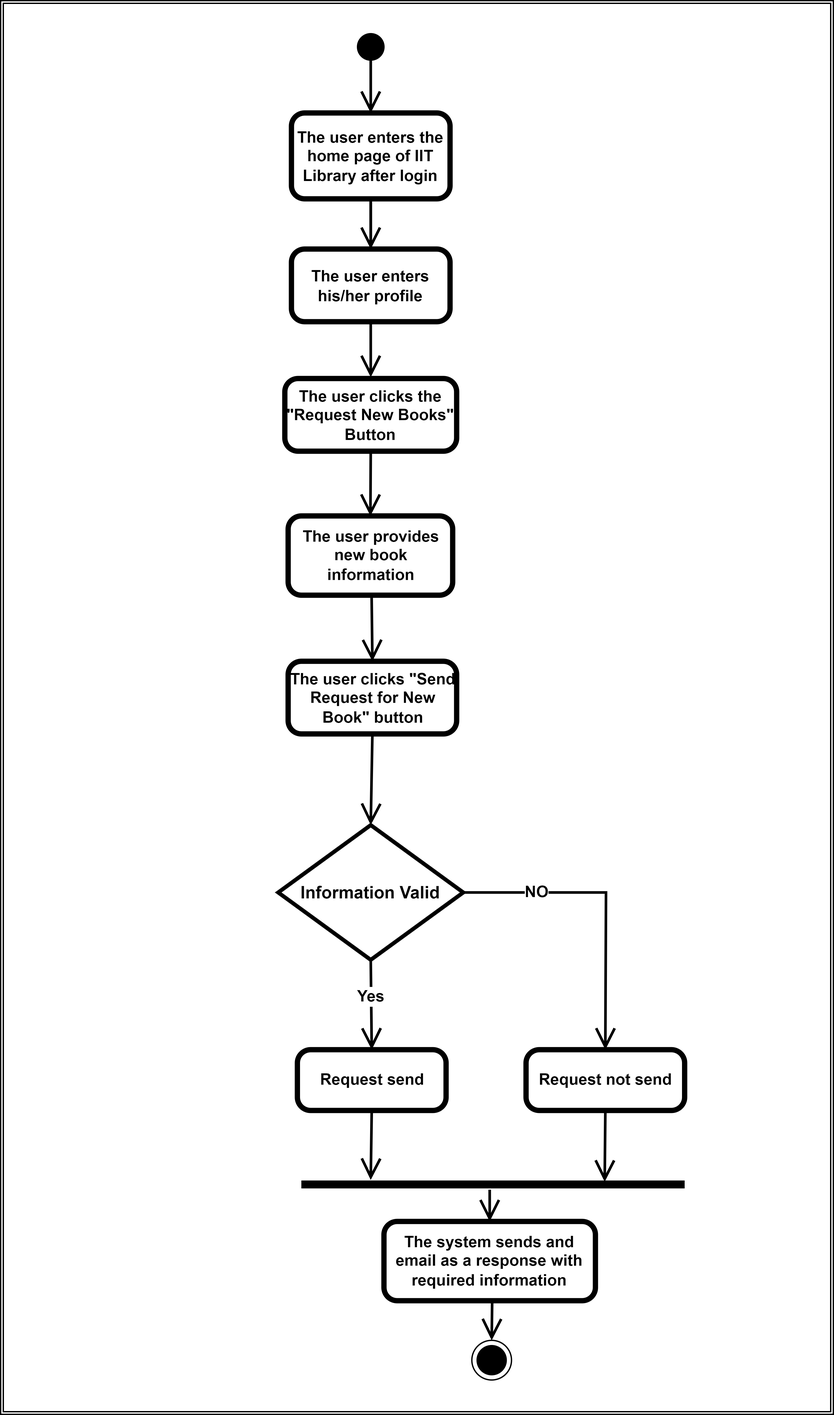
This is SRS/Activity Diagram/Activity Diagram 05.png from IIT-NSTU/IIT-Library-2.0, a draw.io export, as it was before one commit. Source tidied: cells renumbered, new cells last; positions are measured from the earlier drawing's top-left corner, leaving out a move shared by most shapes.
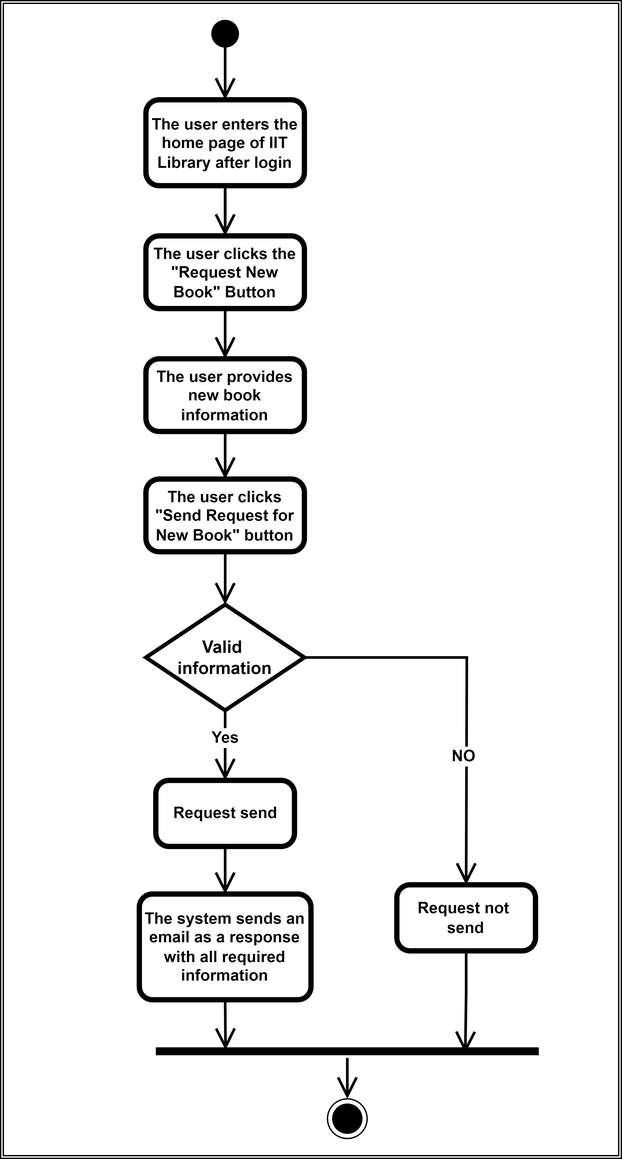
The same diagram one commit later.

The edit, as a diff of the source:
```diff
@@ -2,97 +2,81 @@
   <root>
     <mxCell id="0" />
     <mxCell id="1" parent="0" />
-    <mxCell id="2" style="shape=ext;double=1;rounded=0;whiteSpace=wrap;html=1;fillStyle=solid;strokeColor=default;strokeWidth=1;fillColor=#FFFFFF;gradientColor=none;fontColor=#FFFFFF;" parent="1" vertex="1">
-      <mxGeometry width="630" height="1070" as="geometry" />
-    </mxCell>
-    <mxCell id="3" style="rounded=0;jettySize=auto;html=1;entryX=0.5;entryY=0;entryDx=0;entryDy=0;entryPerimeter=0;endArrow=open;endFill=0;endSize=12;strokeColor=#000000;strokeWidth=2;exitX=0.5;exitY=1;exitDx=0;exitDy=0;" parent="1" edge="1" source="8" target="6">
-      <mxGeometry relative="1" as="geometry" />
-    </mxCell>
-    <mxCell id="4" style="edgeStyle=none;rounded=0;jettySize=auto;html=1;exitX=0.5;exitY=1;exitDx=0;exitDy=0;exitPerimeter=0;entryX=0.5;entryY=0;entryDx=0;entryDy=0;entryPerimeter=0;endArrow=open;endFill=0;endSize=12;strokeColor=#000000;strokeWidth=2;" parent="1" edge="1" source="6" target="10">
-      <mxGeometry relative="1" as="geometry" />
-    </mxCell>
-    <mxCell id="5" style="edgeStyle=none;rounded=0;jettySize=auto;html=1;fontSize=13;fontColor=#000000;startArrow=none;startFill=0;endArrow=open;endFill=0;startSize=12;endSize=12;strokeColor=#000000;strokeWidth=2;" parent="1" edge="1" source="6" target="10">
-      <mxGeometry relative="1" as="geometry" />
-    </mxCell>
+    <mxCell id="28" style="shape=ext;double=1;rounded=0;whiteSpace=wrap;html=1;fillStyle=solid;strokeColor=default;strokeWidth=1;fillColor=#FFFFFF;gradientColor=none;fontColor=#FFFFFF;" parent="1" vertex="1">
+      <mxGeometry x="110" y="4" width="470" height="876" as="geometry" />
+    </mxCell>
+    <mxCell id="29" style="rounded=0;jettySize=auto;html=1;entryX=0.5;entryY=0;entryDx=0;entryDy=0;entryPerimeter=0;endArrow=open;endFill=0;endSize=12;strokeColor=#000000;strokeWidth=2;exitX=0.5;exitY=1;exitDx=0;exitDy=0;" parent="1" edge="1" source="34" target="6">
+      <mxGeometry relative="1" as="geometry" />
+    </mxCell>
+    <mxCell id="30" style="edgeStyle=orthogonalEdgeStyle;rounded=0;jettySize=auto;html=1;exitX=0.5;exitY=1;exitDx=0;exitDy=0;exitPerimeter=0;entryX=0.5;entryY=0;entryDx=0;entryDy=0;strokeColor=#000000;endArrow=open;endFill=0;endSize=12;strokeWidth=2;startArrow=none;" parent="1" edge="1" source="42" target="33">
+      <mxGeometry relative="1" as="geometry" />
+    </mxCell>
+    <mxCell id="31" style="edgeStyle=none;rounded=0;jettySize=auto;html=1;exitX=0.5;exitY=1;exitDx=0;exitDy=0;exitPerimeter=0;entryX=0.5;entryY=0;entryDx=0;entryDy=0;entryPerimeter=0;endArrow=open;endFill=0;endSize=12;strokeColor=#000000;strokeWidth=2;" parent="1" edge="1" source="6" target="38">
+      <mxGeometry relative="1" as="geometry" />
+    </mxCell>
+    <mxCell id="32" style="edgeStyle=none;rounded=0;jettySize=auto;html=1;fontSize=13;fontColor=#000000;startArrow=none;startFill=0;endArrow=open;endFill=0;startSize=12;endSize=12;strokeColor=#000000;strokeWidth=2;" parent="1" edge="1" source="6" target="38">
+      <mxGeometry relative="1" as="geometry" />
+    </mxCell>
     <mxCell id="6" value="The user enters the home page of IIT Library after login" style="points=[[0.25,0,0],[0.5,0,0],[0.75,0,0],[1,0.25,0],[1,0.5,0],[1,0.75,0],[0.75,1,0],[0.5,1,0],[0.25,1,0],[0,0.75,0],[0,0.5,0],[0,0.25,0]];shape=mxgraph.bpmn.task;whiteSpace=wrap;rectStyle=rounded;size=10;bpmnShapeType=call;strokeColor=#000000;fontStyle=1;" parent="1" vertex="1">
-      <mxGeometry x="220" y="85" width="120" height="65" as="geometry" />
+      <mxGeometry x="220" y="79" width="120" height="65" as="geometry" />
     </mxCell>
-    <mxCell id="7" style="ellipse;html=1;shape=endState;fillColor=#000000;strokeColor=#000000;" parent="1" vertex="1">
-      <mxGeometry x="356.5" y="1014" width="30" height="30" as="geometry" />
-    </mxCell>
-    <mxCell id="8" style="ellipse;shape=doubleEllipse;whiteSpace=wrap;html=1;fillStyle=solid;strokeColor=default;strokeWidth=1;fillColor=#000000;gradientColor=none;" parent="1" vertex="1">
-      <mxGeometry x="270" y="25" width="20" height="20" as="geometry" />
-    </mxCell>
-    <mxCell id="9" style="edgeStyle=none;rounded=0;jettySize=auto;html=1;exitX=0.5;exitY=1;exitDx=0;exitDy=0;exitPerimeter=0;fontColor=#FFFFFF;endArrow=open;endFill=0;endSize=12;strokeColor=#000000;strokeWidth=2;" parent="1" edge="1" source="10">
-      <mxGeometry relative="1" as="geometry">
-        <mxPoint x="280" y="285" as="targetPoint" />
-      </mxGeometry>
-    </mxCell>
-    <mxCell id="10" value="The user enters his/her profile" style="points=[[0.25,0,0],[0.5,0,0],[0.75,0,0],[1,0.25,0],[1,0.5,0],[1,0.75,0],[0.75,1,0],[0.5,1,0],[0.25,1,0],[0,0.75,0],[0,0.5,0],[0,0.25,0]];shape=mxgraph.bpmn.task;whiteSpace=wrap;rectStyle=rounded;size=10;bpmnShapeType=call;strokeColor=#000000;fontStyle=1;" parent="1" vertex="1">
-      <mxGeometry x="220" y="188" width="120" height="55" as="geometry" />
-    </mxCell>
-    <mxCell id="11" style="edgeStyle=none;rounded=0;jettySize=auto;html=1;fontColor=#FFFFFF;startArrow=none;startFill=0;endArrow=open;endFill=0;startSize=12;endSize=12;strokeColor=#000000;strokeWidth=2;entryX=0.5;entryY=0;entryDx=0;entryDy=0;entryPerimeter=0;" parent="1" edge="1" target="25">
-      <mxGeometry relative="1" as="geometry">
-        <mxPoint x="280" y="395" as="sourcePoint" />
-      </mxGeometry>
-    </mxCell>
+    <mxCell id="33" style="ellipse;html=1;shape=endState;fillColor=#000000;strokeColor=#000000;" parent="1" vertex="1">
+      <mxGeometry x="357.5" y="835" width="30" height="30" as="geometry" />
+    </mxCell>
+    <mxCell id="34" style="ellipse;shape=doubleEllipse;whiteSpace=wrap;html=1;fillStyle=solid;strokeColor=default;strokeWidth=1;fillColor=#000000;gradientColor=none;" parent="1" vertex="1">
+      <mxGeometry x="270" y="19" width="20" height="20" as="geometry" />
+    </mxCell>
+    <mxCell id="35" style="edgeStyle=orthogonalEdgeStyle;rounded=0;jettySize=auto;html=1;exitX=0.5;exitY=1;exitDx=0;exitDy=0;exitPerimeter=0;entryX=0.182;entryY=0.4;entryDx=0;entryDy=0;entryPerimeter=0;endArrow=open;endFill=0;endSize=12;strokeWidth=2;" parent="1" edge="1" source="36" target="42">
+      <mxGeometry relative="1" as="geometry" />
+    </mxCell>
+    <mxCell id="36" value="The system sends an email as a response with all required information" style="points=[[0.25,0,0],[0.5,0,0],[0.75,0,0],[1,0.25,0],[1,0.5,0],[1,0.75,0],[0.75,1,0],[0.5,1,0],[0.25,1,0],[0,0.75,0],[0,0.5,0],[0,0.25,0]];shape=mxgraph.bpmn.task;whiteSpace=wrap;rectStyle=rounded;size=10;bpmnShapeType=call;strokeColor=#000000;fontStyle=1;" parent="1" vertex="1">
+      <mxGeometry x="215" y="680" width="130" height="80" as="geometry" />
+    </mxCell>
+    <mxCell id="37" style="edgeStyle=none;rounded=0;jettySize=auto;html=1;exitX=0.5;exitY=1;exitDx=0;exitDy=0;exitPerimeter=0;fontColor=#FFFFFF;endArrow=open;endFill=0;endSize=12;strokeColor=#000000;strokeWidth=2;entryX=0.5;entryY=0;entryDx=0;entryDy=0;entryPerimeter=0;" parent="1" edge="1" source="38" target="23">
+      <mxGeometry relative="1" as="geometry" />
+    </mxCell>
+    <mxCell id="38" value="The user clicks the &quot;Request New Book&quot; Button" style="points=[[0.25,0,0],[0.5,0,0],[0.75,0,0],[1,0.25,0],[1,0.5,0],[1,0.75,0],[0.75,1,0],[0.5,1,0],[0.25,1,0],[0,0.75,0],[0,0.5,0],[0,0.25,0]];shape=mxgraph.bpmn.task;whiteSpace=wrap;rectStyle=rounded;size=10;bpmnShapeType=call;strokeColor=#000000;fontStyle=1;" parent="1" vertex="1">
+      <mxGeometry x="220" y="182" width="120" height="55" as="geometry" />
+    </mxCell>
-    <mxCell id="12" value="Yes" style="edgeStyle=none;rounded=0;jettySize=auto;html=1;fontSize=12;fontColor=#000000;startArrow=none;startFill=0;endArrow=open;endFill=0;startSize=12;endSize=12;strokeColor=#000000;strokeWidth=2;entryX=0.5;entryY=0;entryDx=0;entryDy=0;entryPerimeter=0;exitX=0.5;exitY=1;exitDx=0;exitDy=0;exitPerimeter=0;spacingTop=-10;fontStyle=1;" parent="1" edge="1" source="14" target="16">
+    <mxCell id="12" value="Yes" style="edgeStyle=none;rounded=0;jettySize=auto;html=1;fontSize=12;fontColor=#000000;startArrow=none;startFill=0;endArrow=open;endFill=0;startSize=12;endSize=12;strokeColor=#000000;strokeWidth=2;entryX=0.5;entryY=0;entryDx=0;entryDy=0;entryPerimeter=0;exitX=0.5;exitY=1;exitDx=0;exitDy=0;exitPerimeter=0;spacingTop=-10;fontStyle=1;" parent="1" edge="1" source="39" target="16">
       <mxGeometry relative="1" as="geometry" />
     </mxCell>
-    <mxCell id="13" value="NO" style="edgeStyle=none;rounded=0;jettySize=auto;html=1;exitX=1;exitY=0.5;exitDx=0;exitDy=0;exitPerimeter=0;entryX=0.5;entryY=0;entryDx=0;entryDy=0;entryPerimeter=0;fontSize=12;fontColor=#000000;startArrow=none;startFill=0;endArrow=open;endFill=0;startSize=12;endSize=12;strokeColor=#000000;strokeWidth=2;fontStyle=1;labelPosition=left;verticalLabelPosition=middle;align=right;verticalAlign=middle;spacingLeft=0;spacingBottom=10;spacingRight=42;spacingTop=0;" parent="1" edge="1" source="14" target="17">
+    <mxCell id="13" value="NO" style="edgeStyle=none;rounded=0;jettySize=auto;html=1;exitX=1;exitY=0.5;exitDx=0;exitDy=0;exitPerimeter=0;entryX=0.5;entryY=0;entryDx=0;entryDy=0;entryPerimeter=0;fontSize=12;fontColor=#000000;startArrow=none;startFill=0;endArrow=open;endFill=0;startSize=12;endSize=12;strokeColor=#000000;strokeWidth=2;fontStyle=1;labelPosition=left;verticalLabelPosition=middle;align=right;verticalAlign=middle;spacingLeft=0;spacingBottom=-100;spacingRight=-8;" parent="1" edge="1" source="39" target="17">
       <mxGeometry relative="1" as="geometry">
         <Array as="points">
-          <mxPoint x="458" y="675" />
+          <mxPoint x="463" y="501" />
         </Array>
       </mxGeometry>
     </mxCell>
-    <mxCell id="14" value="&lt;font color=&quot;#000000&quot; style=&quot;font-size: 13px;&quot;&gt;Information Valid&lt;/font&gt;" style="strokeWidth=3;html=1;shape=mxgraph.flowchart.decision;whiteSpace=wrap;fillStyle=solid;fontColor=#FFFFFF;fillColor=#FFFFFF;gradientColor=none;fontSize=13;fontStyle=1;" parent="1" vertex="1">
-      <mxGeometry x="210" y="624" width="140" height="102" as="geometry" />
-    </mxCell>
-    <mxCell id="15" style="edgeStyle=none;rounded=0;jettySize=auto;html=1;exitX=0.5;exitY=1;exitDx=0;exitDy=0;exitPerimeter=0;fontSize=13;fontColor=#000000;startArrow=none;startFill=0;endArrow=open;endFill=0;startSize=12;endSize=12;strokeColor=#000000;strokeWidth=2;entryX=0.181;entryY=0.394;entryDx=0;entryDy=0;entryPerimeter=0;" parent="1" edge="1" source="16" target="19">
-      <mxGeometry relative="1" as="geometry" />
-    </mxCell>
+    <mxCell id="39" value="&lt;font color=&quot;#000000&quot; style=&quot;font-size: 13px;&quot;&gt;Valid&amp;nbsp;&lt;br&gt;information&lt;br&gt;&lt;/font&gt;" style="strokeWidth=3;html=1;shape=mxgraph.flowchart.decision;whiteSpace=wrap;fillStyle=solid;fontColor=#FFFFFF;fillColor=#FFFFFF;gradientColor=none;fontSize=13;fontStyle=1;" parent="1" vertex="1">
+      <mxGeometry x="220" y="461" width="120" height="80" as="geometry" />
+    </mxCell>
+    <mxCell id="40" style="edgeStyle=orthogonalEdgeStyle;rounded=0;jettySize=auto;html=1;exitX=0.5;exitY=1;exitDx=0;exitDy=0;exitPerimeter=0;endArrow=open;endFill=0;endSize=12;strokeWidth=2;entryX=0.5;entryY=0;entryDx=0;entryDy=0;entryPerimeter=0;" parent="1" edge="1" source="16" target="36">
+      <mxGeometry relative="1" as="geometry" />
+    </mxCell>
     <mxCell id="16" value="Request send" style="points=[[0.25,0,0],[0.5,0,0],[0.75,0,0],[1,0.25,0],[1,0.5,0],[1,0.75,0],[0.75,1,0],[0.5,1,0],[0.25,1,0],[0,0.75,0],[0,0.5,0],[0,0.25,0]];shape=mxgraph.bpmn.task;whiteSpace=wrap;rectStyle=rounded;size=10;bpmnShapeType=call;strokeColor=#000000;fontStyle=1;" parent="1" vertex="1">
-      <mxGeometry x="224.5" y="794" width="112.5" height="46" as="geometry" />
+      <mxGeometry x="227.5" y="594" width="105" height="50" as="geometry" />
     </mxCell>
+    <mxCell id="41" style="edgeStyle=orthogonalEdgeStyle;rounded=0;jettySize=auto;html=1;exitX=0.5;exitY=1;exitDx=0;exitDy=0;exitPerimeter=0;entryX=0.808;entryY=0.638;entryDx=0;entryDy=0;entryPerimeter=0;endArrow=open;endFill=0;endSize=12;strokeWidth=2;" parent="1" edge="1" source="17" target="42">
+      <mxGeometry relative="1" as="geometry" />
+    </mxCell>
-    <mxCell id="17" value="Request not send" style="points=[[0.25,0,0],[0.5,0,0],[0.75,0,0],[1,0.25,0],[1,0.5,0],[1,0.75,0],[0.75,1,0],[0.5,1,0],[0.25,1,0],[0,0.75,0],[0,0.5,0],[0,0.25,0]];shape=mxgraph.bpmn.task;whiteSpace=wrap;rectStyle=rounded;size=10;bpmnShapeType=call;strokeColor=#000000;fontStyle=1;" parent="1" vertex="1">
-      <mxGeometry x="397.5" y="794" width="120" height="46" as="geometry" />
+    <mxCell id="17" value="Request not &#10;send" style="points=[[0.25,0,0],[0.5,0,0],[0.75,0,0],[1,0.25,0],[1,0.5,0],[1,0.75,0],[0.75,1,0],[0.5,1,0],[0.25,1,0],[0,0.75,0],[0,0.5,0],[0,0.25,0]];shape=mxgraph.bpmn.task;whiteSpace=wrap;rectStyle=rounded;size=10;bpmnShapeType=call;strokeColor=#000000;fontStyle=1;" parent="1" vertex="1">
+      <mxGeometry x="410" y="673" width="105" height="50" as="geometry" />
     </mxCell>
-    <mxCell id="18" style="edgeStyle=none;rounded=0;jettySize=auto;html=1;fontSize=12;fontColor=#000000;startArrow=none;startFill=0;endArrow=open;endFill=0;startSize=12;endSize=12;strokeColor=#000000;strokeWidth=2;entryX=0.5;entryY=0;entryDx=0;entryDy=0;" parent="1" edge="1" target="7">
-      <mxGeometry relative="1" as="geometry">
-        <mxPoint x="372" y="974" as="sourcePoint" />
-      </mxGeometry>
-    </mxCell>
-    <mxCell id="19" style="line;strokeWidth=6;html=1;fillStyle=solid;fontColor=#FFFFFF;fillColor=#FFFFFF;gradientColor=none;" parent="1" vertex="1">
-      <mxGeometry x="227.5" y="880" width="290" height="32" as="geometry" />
-    </mxCell>
-    <mxCell id="20" style="edgeStyle=none;rounded=0;jettySize=auto;html=1;fontSize=13;fontColor=#000000;startArrow=none;startFill=0;endArrow=open;endFill=0;startSize=12;endSize=12;strokeColor=#000000;strokeWidth=2;exitX=0.5;exitY=1;exitDx=0;exitDy=0;exitPerimeter=0;" parent="1" edge="1" source="17">
-      <mxGeometry relative="1" as="geometry">
-        <mxPoint x="457" y="894" as="targetPoint" />
-      </mxGeometry>
-    </mxCell>
-    <mxCell id="21" style="edgeStyle=none;rounded=0;jettySize=auto;html=1;entryX=0.5;entryY=0;entryDx=0;entryDy=0;entryPerimeter=0;fontSize=12;fontColor=#000000;startArrow=none;startFill=0;endArrow=open;endFill=0;startSize=12;endSize=12;strokeColor=#000000;strokeWidth=2;exitX=0.5;exitY=1;exitDx=0;exitDy=0;exitPerimeter=0;" parent="1" edge="1" source="22" target="23">
-      <mxGeometry relative="1" as="geometry" />
-    </mxCell>
-    <mxCell id="22" value="The user clicks the &quot;Request New Books&quot; Button" style="points=[[0.25,0,0],[0.5,0,0],[0.75,0,0],[1,0.25,0],[1,0.5,0],[1,0.75,0],[0.75,1,0],[0.5,1,0],[0.25,1,0],[0,0.75,0],[0,0.5,0],[0,0.25,0]];shape=mxgraph.bpmn.task;whiteSpace=wrap;rectStyle=rounded;size=10;bpmnShapeType=call;strokeColor=#000000;fontStyle=1;" parent="1" vertex="1">
-      <mxGeometry x="215" y="286" width="130" height="55" as="geometry" />
-    </mxCell>
+    <mxCell id="42" style="line;strokeWidth=6;html=1;fillStyle=solid;fontColor=#FFFFFF;fillColor=#FFFFFF;gradientColor=none;" parent="1" vertex="1">
+      <mxGeometry x="227.5" y="794" width="290" height="10" as="geometry" />
+    </mxCell>
+    <mxCell id="43" style="edgeStyle=orthogonalEdgeStyle;rounded=0;jettySize=auto;html=1;exitX=0.5;exitY=1;exitDx=0;exitDy=0;exitPerimeter=0;entryX=0.5;entryY=0;entryDx=0;entryDy=0;entryPerimeter=0;endArrow=open;endFill=0;endSize=12;strokeWidth=2;" parent="1" edge="1" source="23" target="25">
+      <mxGeometry relative="1" as="geometry" />
+    </mxCell>
     <mxCell id="23" value="The user provides new book information" style="points=[[0.25,0,0],[0.5,0,0],[0.75,0,0],[1,0.25,0],[1,0.5,0],[1,0.75,0],[0.75,1,0],[0.5,1,0],[0.25,1,0],[0,0.75,0],[0,0.5,0],[0,0.25,0]];shape=mxgraph.bpmn.task;whiteSpace=wrap;rectStyle=rounded;size=10;bpmnShapeType=call;strokeColor=#000000;fontStyle=1;" parent="1" vertex="1">
-      <mxGeometry x="217.5" y="390" width="124.5" height="60" as="geometry" />
+      <mxGeometry x="220" y="275" width="120" height="55" as="geometry" />
     </mxCell>
-    <mxCell id="24" style="edgeStyle=none;rounded=0;jettySize=auto;html=1;entryX=0.5;entryY=0;entryDx=0;entryDy=0;entryPerimeter=0;fontSize=12;fontColor=#000000;startArrow=none;startFill=0;endArrow=open;endFill=0;startSize=12;endSize=12;strokeColor=#000000;strokeWidth=2;exitX=0.5;exitY=1;exitDx=0;exitDy=0;exitPerimeter=0;" parent="1" edge="1" source="25" target="14">
-      <mxGeometry relative="1" as="geometry" />
-    </mxCell>
+    <mxCell id="44" style="edgeStyle=orthogonalEdgeStyle;rounded=0;jettySize=auto;html=1;entryX=0.5;entryY=0;entryDx=0;entryDy=0;entryPerimeter=0;endArrow=open;endFill=0;endSize=12;strokeWidth=2;" parent="1" edge="1" source="25" target="39">
+      <mxGeometry relative="1" as="geometry" />
+    </mxCell>
     <mxCell id="25" value="The user clicks &quot;Send Request for New Book&quot; button" style="points=[[0.25,0,0],[0.5,0,0],[0.75,0,0],[1,0.25,0],[1,0.5,0],[1,0.75,0],[0.75,1,0],[0.5,1,0],[0.25,1,0],[0,0.75,0],[0,0.5,0],[0,0.25,0]];shape=mxgraph.bpmn.task;whiteSpace=wrap;rectStyle=rounded;size=10;bpmnShapeType=call;strokeColor=#000000;fontStyle=1;" parent="1" vertex="1">
-      <mxGeometry x="217.5" y="500" width="127.5" height="55" as="geometry" />
+      <mxGeometry x="220" y="366" width="120" height="55" as="geometry" />
     </mxCell>
-    <mxCell id="26" value="The system sends and email as a response with required information" style="points=[[0.25,0,0],[0.5,0,0],[0.75,0,0],[1,0.25,0],[1,0.5,0],[1,0.75,0],[0.75,1,0],[0.5,1,0],[0.25,1,0],[0,0.75,0],[0,0.5,0],[0,0.25,0]];shape=mxgraph.bpmn.task;whiteSpace=wrap;rectStyle=rounded;size=10;bpmnShapeType=call;strokeColor=#000000;fontStyle=1;" parent="1" vertex="1">
-      <mxGeometry x="290" y="924" width="160" height="60" as="geometry" />
-    </mxCell>
-    <mxCell id="27" style="edgeStyle=none;rounded=0;jettySize=auto;html=1;fontSize=12;fontColor=#000000;startArrow=none;startFill=0;endArrow=open;endFill=0;startSize=12;endSize=12;strokeColor=#000000;strokeWidth=2;entryX=0.5;entryY=0;entryDx=0;entryDy=0;entryPerimeter=0;" parent="1" edge="1" target="26">
-      <mxGeometry relative="1" as="geometry">
-        <mxPoint x="370" y="900" as="sourcePoint" />
-      </mxGeometry>
-    </mxCell>
   </root>
 </mxGraphModel>
```
